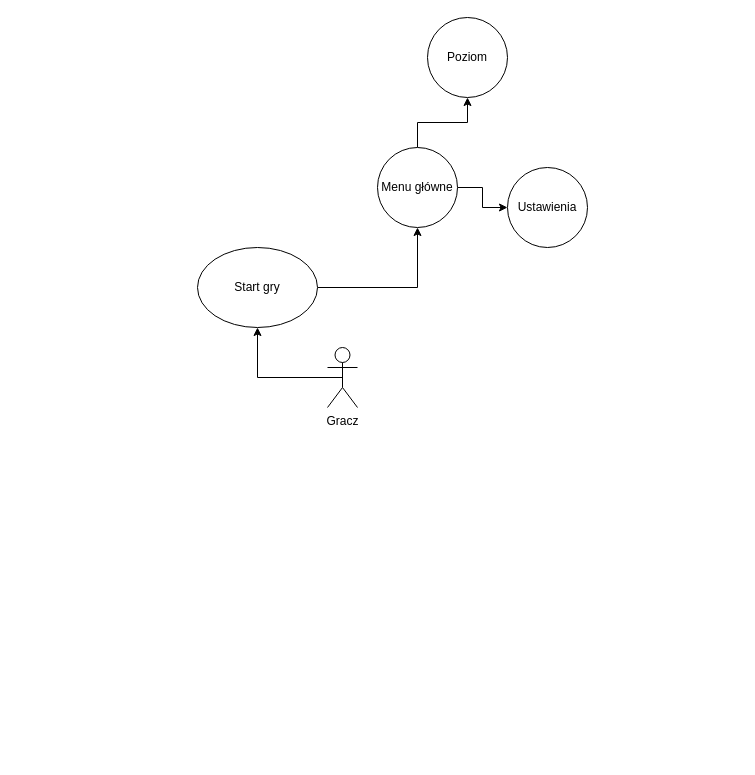
Before: Diagram.drawio in StefanMk2/Projekt_td, a draw.io diagram. Source tidied: cells renumbered, new cells numbered last; positions are measured from the earlier drawing's top-left corner, leaving out a move shared by most shapes. Both pictures are drawn from the tidied source at 100%, with x=0, y=0 at pixel (197, 17).
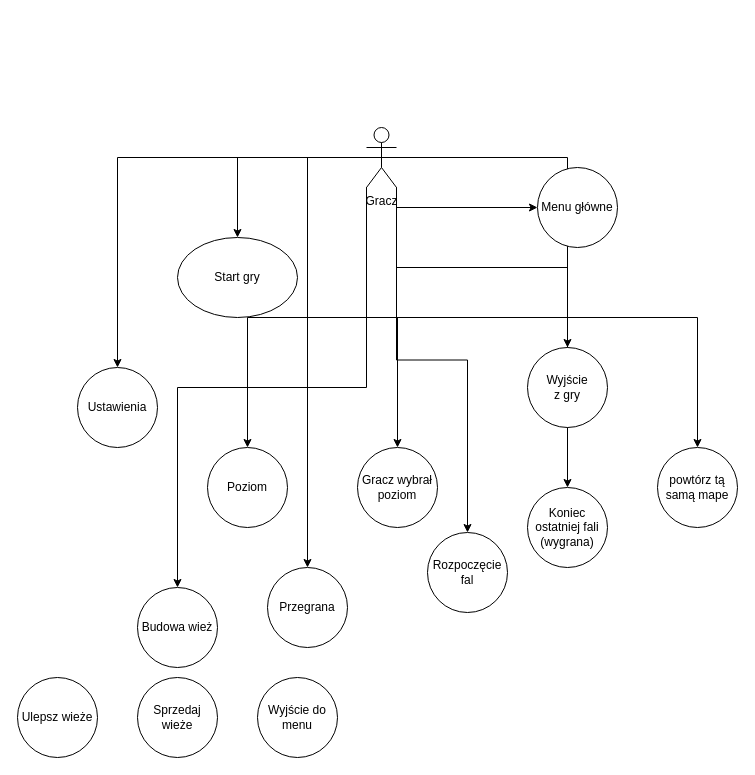
The same diagram, later.

Change to the diagram source:
```diff
@@
-    <mxCell id="2" style="edgeStyle=orthogonalEdgeStyle;rounded=0;jettySize=auto;html=1;exitX=1;exitY=0.5;exitDx=0;exitDy=0;" parent="1" edge="1" source="3" target="8">
-      <mxGeometry relative="1" as="geometry" />
-    </mxCell>
     <mxCell id="3" value="Start gry" style="ellipse;whiteSpace=wrap;html=1;" parent="1" vertex="1">
-      <mxGeometry y="230" width="120" height="80" as="geometry" />
+      <mxGeometry x="-20" y="220" width="120" height="80" as="geometry" />
     </mxCell>
@@
+    <mxCell id="11" style="edgeStyle=orthogonalEdgeStyle;rounded=0;jettySize=auto;html=1;exitX=1;exitY=1;exitDx=0;exitDy=0;exitPerimeter=0;" parent="1" edge="1" source="5" target="8">
+      <mxGeometry relative="1" as="geometry" />
+    </mxCell>
+    <mxCell id="12" style="edgeStyle=orthogonalEdgeStyle;rounded=0;jettySize=auto;html=1;exitX=1;exitY=1;exitDx=0;exitDy=0;exitPerimeter=0;entryX=0.5;entryY=0;entryDx=0;entryDy=0;" parent="1" edge="1" source="5" target="21">
+      <mxGeometry relative="1" as="geometry" />
+    </mxCell>
+    <mxCell id="13" style="edgeStyle=orthogonalEdgeStyle;rounded=0;jettySize=auto;html=1;exitX=0;exitY=1;exitDx=0;exitDy=0;exitPerimeter=0;entryX=0.5;entryY=0;entryDx=0;entryDy=0;" parent="1" edge="1" source="5" target="9">
+      <mxGeometry relative="1" as="geometry" />
+    </mxCell>
+    <mxCell id="14" style="edgeStyle=orthogonalEdgeStyle;rounded=0;jettySize=auto;html=1;exitX=0;exitY=1;exitDx=0;exitDy=0;exitPerimeter=0;entryX=0.5;entryY=0;entryDx=0;entryDy=0;" parent="1" edge="1" source="5" target="27">
+      <mxGeometry relative="1" as="geometry" />
+    </mxCell>
+    <mxCell id="15" style="edgeStyle=orthogonalEdgeStyle;rounded=0;jettySize=auto;html=1;exitX=0;exitY=1;exitDx=0;exitDy=0;exitPerimeter=0;" parent="1" edge="1" source="5" target="23">
+      <mxGeometry relative="1" as="geometry" />
+    </mxCell>
+    <mxCell id="16" style="edgeStyle=orthogonalEdgeStyle;rounded=0;jettySize=auto;html=1;exitX=1;exitY=1;exitDx=0;exitDy=0;exitPerimeter=0;" parent="1" edge="1" source="5" target="24">
+      <mxGeometry relative="1" as="geometry" />
+    </mxCell>
+    <mxCell id="17" style="edgeStyle=orthogonalEdgeStyle;rounded=0;jettySize=auto;html=1;exitX=0;exitY=1;exitDx=0;exitDy=0;exitPerimeter=0;" parent="1" edge="1" source="5" target="22">
+      <mxGeometry relative="1" as="geometry" />
+    </mxCell>
+    <mxCell id="18" style="edgeStyle=orthogonalEdgeStyle;rounded=0;jettySize=auto;html=1;exitX=0.5;exitY=0.5;exitDx=0;exitDy=0;exitPerimeter=0;" parent="1" edge="1" source="5" target="10">
+      <mxGeometry relative="1" as="geometry" />
+    </mxCell>
+    <mxCell id="19" style="edgeStyle=orthogonalEdgeStyle;rounded=0;jettySize=auto;html=1;exitX=0.5;exitY=0.5;exitDx=0;exitDy=0;exitPerimeter=0;" parent="1" edge="1" source="5" target="25">
+      <mxGeometry relative="1" as="geometry" />
+    </mxCell>
+    <mxCell id="20" style="edgeStyle=orthogonalEdgeStyle;rounded=0;jettySize=auto;html=1;exitX=0.5;exitY=0.5;exitDx=0;exitDy=0;exitPerimeter=0;" parent="1" edge="1" source="5" target="26">
+      <mxGeometry relative="1" as="geometry" />
+    </mxCell>
     <mxCell id="5" value="Gracz&lt;div&gt;&lt;br&gt;&lt;/div&gt;" style="shape=umlActor;verticalLabelPosition=bottom;verticalAlign=top;html=1;outlineConnect=0;" parent="1" vertex="1">
-      <mxGeometry x="130" y="330" width="30" height="60" as="geometry" />
+      <mxGeometry x="169" y="110" width="30" height="60" as="geometry" />
     </mxCell>
-    <mxCell id="6" style="edgeStyle=orthogonalEdgeStyle;rounded=0;jettySize=auto;html=1;" parent="1" edge="1" source="8" target="10">
-      <mxGeometry relative="1" as="geometry" />
-    </mxCell>
-    <mxCell id="7" style="edgeStyle=orthogonalEdgeStyle;rounded=0;jettySize=auto;html=1;" parent="1" edge="1" source="8" target="9">
-      <mxGeometry relative="1" as="geometry" />
-    </mxCell>
     <mxCell id="8" value="Menu główne" style="ellipse;whiteSpace=wrap;html=1;" parent="1" vertex="1">
-      <mxGeometry x="180" y="130" width="80" height="80" as="geometry" />
+      <mxGeometry x="340" y="150" width="80" height="80" as="geometry" />
     </mxCell>
     <mxCell id="9" value="Poziom" style="ellipse;whiteSpace=wrap;html=1;" parent="1" vertex="1">
-      <mxGeometry x="230" width="80" height="80" as="geometry" />
+      <mxGeometry x="10" y="430" width="80" height="80" as="geometry" />
     </mxCell>
     <mxCell id="10" value="Ustawienia" style="ellipse;whiteSpace=wrap;html=1;" parent="1" vertex="1">
-      <mxGeometry x="310" y="150" width="80" height="80" as="geometry" />
+      <mxGeometry x="-120" y="350" width="80" height="80" as="geometry" />
     </mxCell>
+    <mxCell id="21" value="Wyjście&lt;div&gt;z gry&lt;/div&gt;" style="ellipse;whiteSpace=wrap;html=1;" parent="1" vertex="1">
+      <mxGeometry x="330" y="330" width="80" height="80" as="geometry" />
+    </mxCell>
+    <mxCell id="22" value="Gracz wybrał poziom" style="ellipse;whiteSpace=wrap;html=1;" parent="1" vertex="1">
+      <mxGeometry x="160" y="430" width="80" height="80" as="geometry" />
+    </mxCell>
+    <mxCell id="23" value="Budowa wież" style="ellipse;whiteSpace=wrap;html=1;" parent="1" vertex="1">
+      <mxGeometry x="-60" y="570" width="80" height="80" as="geometry" />
+    </mxCell>
+    <mxCell id="24" value="Rozpoczęcie fal" style="ellipse;whiteSpace=wrap;html=1;" parent="1" vertex="1">
+      <mxGeometry x="230" y="515" width="80" height="80" as="geometry" />
+    </mxCell>
+    <mxCell id="25" value="Koniec ostatniej fali&lt;div&gt;(wygrana)&lt;/div&gt;" style="ellipse;whiteSpace=wrap;html=1;" parent="1" vertex="1">
+      <mxGeometry x="330" y="470" width="80" height="80" as="geometry" />
+    </mxCell>
+    <mxCell id="26" value="Przegrana" style="ellipse;whiteSpace=wrap;html=1;" parent="1" vertex="1">
+      <mxGeometry x="70" y="550" width="80" height="80" as="geometry" />
+    </mxCell>
+    <mxCell id="27" value="powtórz tą samą mape" style="ellipse;whiteSpace=wrap;html=1;" parent="1" vertex="1">
+      <mxGeometry x="460" y="430" width="80" height="80" as="geometry" />
+    </mxCell>
+    <mxCell id="28" value="Ulepsz wieże" style="ellipse;whiteSpace=wrap;html=1;" parent="1" vertex="1">
+      <mxGeometry x="-180" y="660" width="80" height="80" as="geometry" />
+    </mxCell>
+    <mxCell id="29" value="Sprzedaj wieże" style="ellipse;whiteSpace=wrap;html=1;" parent="1" vertex="1">
+      <mxGeometry x="-60" y="660" width="80" height="80" as="geometry" />
+    </mxCell>
+    <mxCell id="30" value="Wyjście do menu" style="ellipse;whiteSpace=wrap;html=1;" parent="1" vertex="1">
+      <mxGeometry x="60" y="660" width="80" height="80" as="geometry" />
+    </mxCell>
```
